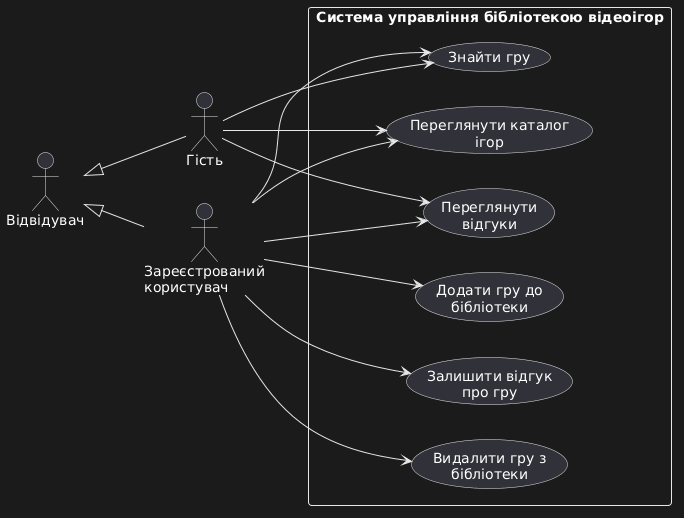
Above: uc-diagram.png in kswidl/lab_2 (PlantUML), before the change.
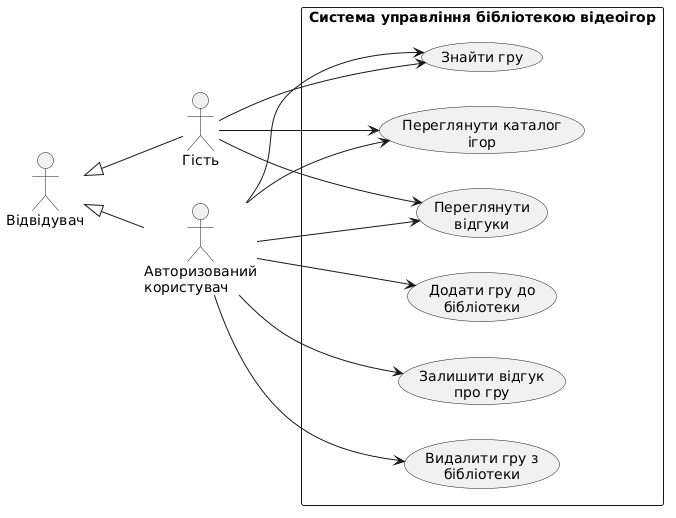
The same diagram one commit later.

The edit, as a diff of the source:
```diff
@@ -3,7 +3,7 @@
 
 actor "Відвідувач" as Visitor
 actor "Гість" as Guest
-actor "Зареєстрований\nкористувач" as User
+actor "Авторизований\nкористувач" as User
 
 Visitor <|-- Guest
 Visitor <|-- User
```
